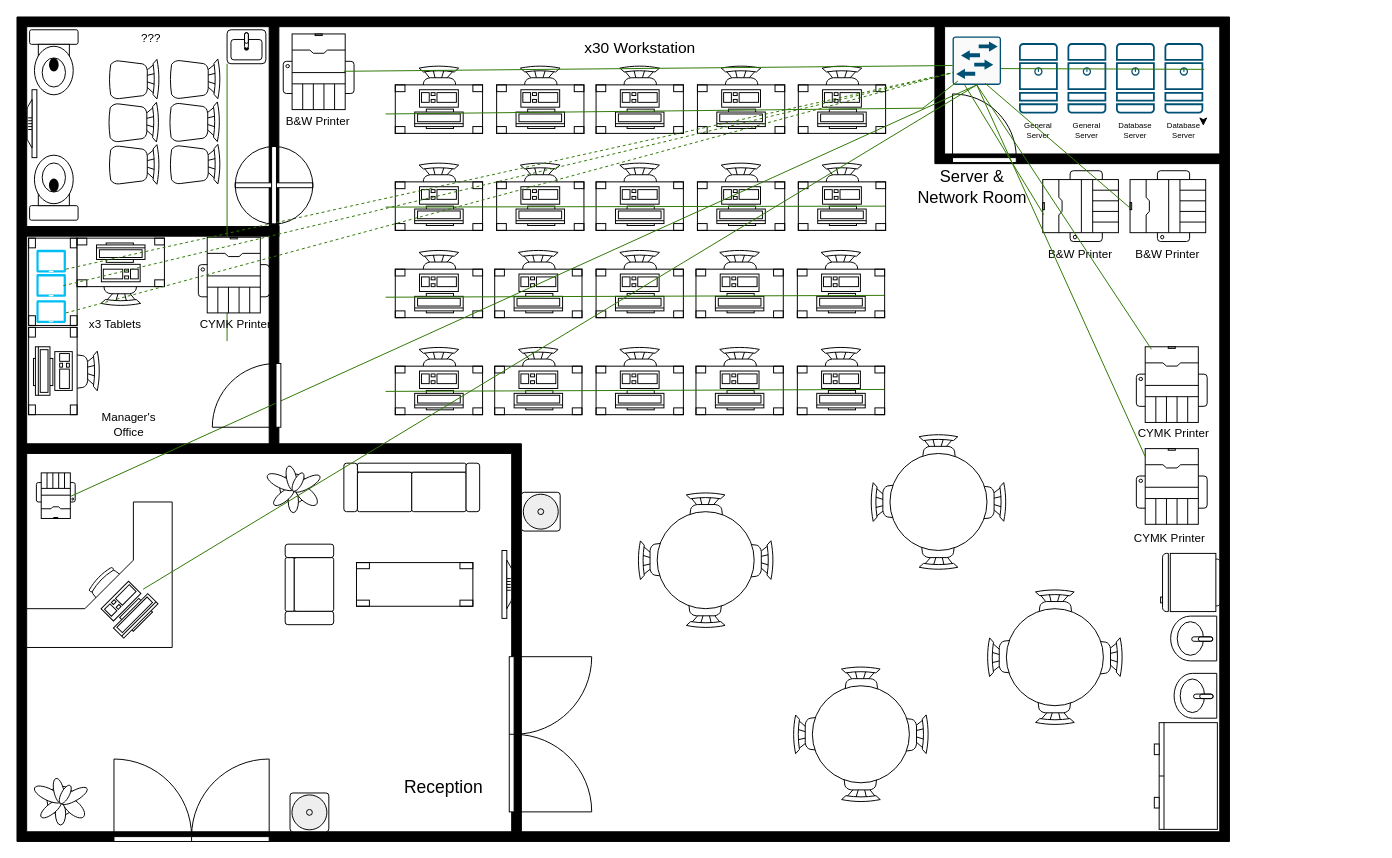
BenLaneUK2004/Draw.io_Diagrams keeps this draw.io diagram as u12_a3_floorplan.drawio. Above is the earlier version. Source tidied: cells renumbered, new cells numbered last; positions are measured from the earlier drawing's top-left corner, leaving out a move shared by most shapes. Both pictures are drawn from the tidied source at 97%, with x=0, y=0 at pixel (-2, -48).
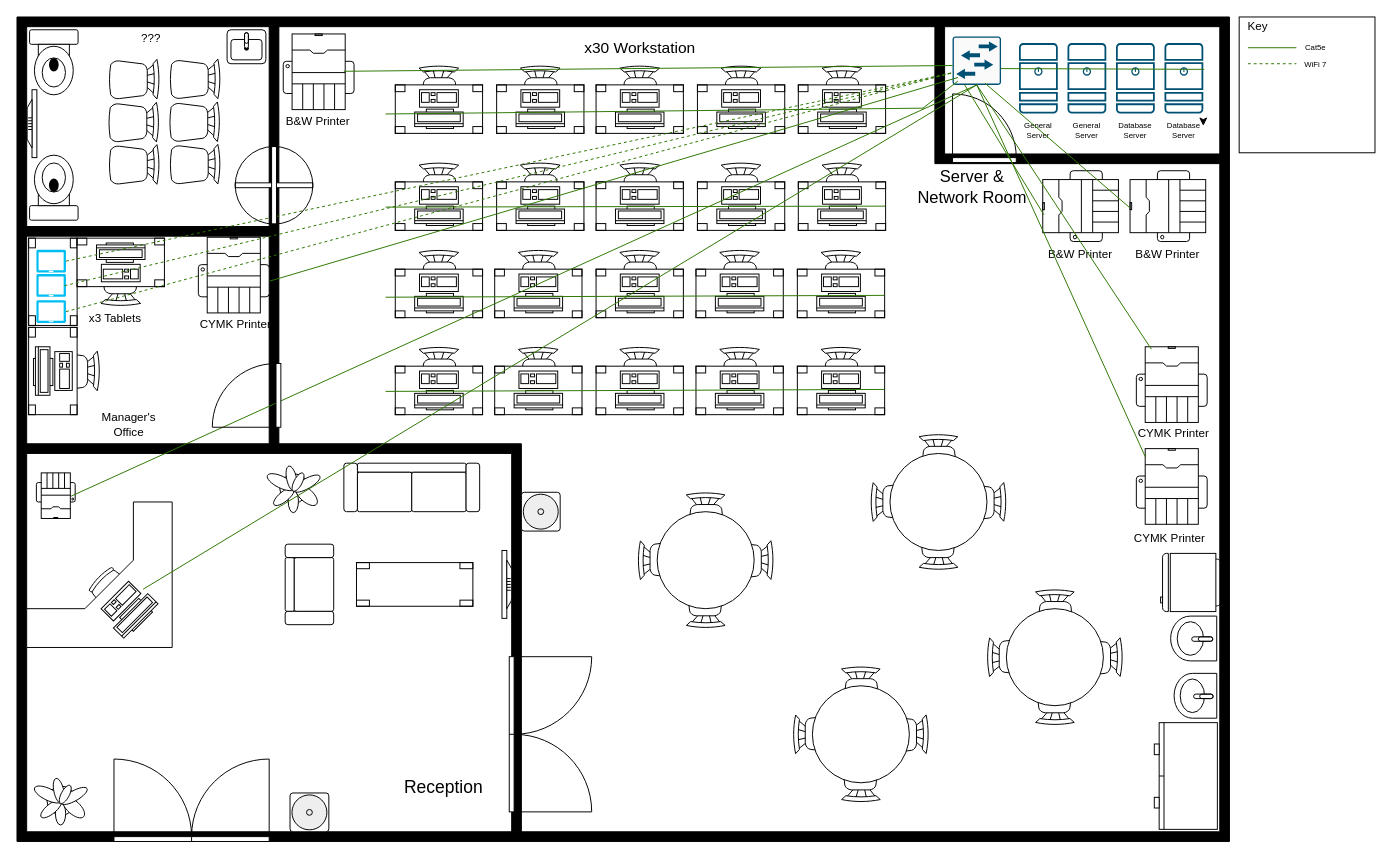
Above is the later version.

Unchanged cells that the change refers to:
```xml
<mxCell id="133" style="sketch=0;points=[[0.015,0.015,0],[0.985,0.015,0],[0.985,0.985,0],[0.015,0.985,0],[0.25,0,0],[0.5,0,0],[0.75,0,0],[1,0.25,0],[1,0.5,0],[1,0.75,0],[0.75,1,0],[0.5,1,0],[0.25,1,0],[0,0.75,0],[0,0.5,0],[0,0.25,0]];verticalLabelPosition=bottom;html=1;verticalAlign=top;align=center;shape=mxgraph.cisco19.rect;prIcon=l2_switch;fillColor=#FAFAFA;strokeColor=#005073;" parent="1" vertex="1">
  <mxGeometry x="983.5" y="86" width="50" height="50" as="geometry" />
</mxCell>
<mxCell id="147" style="verticalLabelPosition=bottom;html=1;verticalAlign=top;align=center;shape=mxgraph.floorplan.printer;rotation=-180;" parent="1" vertex="1">
  <mxGeometry x="206" y="293.1" width="73" height="78" as="geometry" />
</mxCell>
<mxCell id="155" style="verticalLabelPosition=bottom;html=1;verticalAlign=top;align=center;strokeColor=none;fillColor=#00BEF2;shape=mxgraph.azure.tablet;" parent="1" vertex="1">
  <mxGeometry x="39" y="306" width="30.5" height="23.5" as="geometry" />
</mxCell>
<mxCell id="156" style="verticalLabelPosition=bottom;html=1;verticalAlign=top;align=center;strokeColor=none;fillColor=#00BEF2;shape=mxgraph.azure.tablet;" parent="1" vertex="1">
  <mxGeometry x="39" y="358" width="30.5" height="23.5" as="geometry" />
</mxCell>
```

What changed in the source:
```diff
@@
     <mxCell id="117" style="verticalLabelPosition=bottom;html=1;verticalAlign=top;align=center;shape=mxgraph.floorplan.wall;fillColor=strokeColor;" parent="1" vertex="1">
-      <mxGeometry x="29" y="282" width="260" height="10" as="geometry" />
+      <mxGeometry x="28" y="282" width="260" height="10" as="geometry" />
     </mxCell>
@@
-    <mxCell id="134" style="endArrow=none;html=1;rounded=0;fillColor=#60a917;strokeColor=light-dark(#2D7600,#00567C);" parent="1" edge="1">
-      <mxGeometry relative="1" as="geometry">
-        <mxPoint x="235.6" y="114.2" as="sourcePoint" />
-        <mxPoint x="235.6" y="400.2" as="targetPoint" />
-      </mxGeometry>
+    <mxCell id="134" style="endArrow=none;html=1;rounded=0;fillColor=#60a917;strokeColor=light-dark(#2D7600,#00567C);exitX=0.113;exitY=0.847;exitDx=0;exitDy=0;exitPerimeter=0;entryX=0.241;entryY=0.352;entryDx=0;entryDy=0;entryPerimeter=0;" parent="1" edge="1" source="133" target="147">
+      <mxGeometry relative="1" as="geometry" />
     </mxCell>
@@
     <mxCell id="159" value="x3 Tablets" style="text;html=1;align=center;verticalAlign=middle;whiteSpace=wrap;rounded=0;" parent="1" vertex="1">
-      <mxGeometry x="82" y="378.1" width="77" height="10" as="geometry" />
+      <mxGeometry x="82" y="371.5" width="77" height="10" as="geometry" />
     </mxCell>
-    <mxCell id="160" style="endArrow=none;html=1;rounded=0;fillColor=#60a917;strokeColor=light-dark(#2D7600,#00567C);exitX=0.894;exitY=0.511;exitDx=0;exitDy=0;exitPerimeter=0;dashed=1;entryX=0;entryY=0.75;entryDx=0;entryDy=0;entryPerimeter=0;" parent="1" edge="1" target="133">
-      <mxGeometry relative="1" as="geometry">
-        <mxPoint x="69.5" y="326" as="sourcePoint" />
-      </mxGeometry>
+    <mxCell id="160" style="endArrow=none;html=1;rounded=0;fillColor=#60a917;strokeColor=light-dark(#2D7600,#00567C);exitX=1;exitY=0.5;exitDx=0;exitDy=0;exitPerimeter=0;dashed=1;entryX=0;entryY=0.75;entryDx=0;entryDy=0;entryPerimeter=0;" parent="1" edge="1" source="155" target="133">
+      <mxGeometry relative="1" as="geometry" />
     </mxCell>
-    <mxCell id="161" style="endArrow=none;html=1;rounded=0;fillColor=#60a917;strokeColor=light-dark(#2D7600,#00567C);exitX=0.894;exitY=0.511;exitDx=0;exitDy=0;exitPerimeter=0;dashed=1;entryX=0;entryY=0.75;entryDx=0;entryDy=0;entryPerimeter=0;" parent="1" edge="1" target="133">
+    <mxCell id="161" style="endArrow=none;html=1;rounded=0;fillColor=#60a917;strokeColor=light-dark(#2D7600,#00567C);dashed=1;entryX=0;entryY=0.75;entryDx=0;entryDy=0;entryPerimeter=0;" parent="1" edge="1" target="133">
       <mxGeometry relative="1" as="geometry">
-        <mxPoint x="66.8" y="343" as="sourcePoint" />
+        <mxPoint x="68" y="343" as="sourcePoint" />
       </mxGeometry>
     </mxCell>
-    <mxCell id="162" style="endArrow=none;html=1;rounded=0;fillColor=#60a917;strokeColor=light-dark(#2D7600,#00567C);exitX=0.894;exitY=0.511;exitDx=0;exitDy=0;exitPerimeter=0;dashed=1;entryX=0;entryY=0.75;entryDx=0;entryDy=0;entryPerimeter=0;" parent="1" edge="1" target="133">
-      <mxGeometry relative="1" as="geometry">
-        <mxPoint x="69.5" y="371.1" as="sourcePoint" />
-      </mxGeometry>
+    <mxCell id="162" style="endArrow=none;html=1;rounded=0;fillColor=#60a917;strokeColor=light-dark(#2D7600,#00567C);exitX=1;exitY=0.5;exitDx=0;exitDy=0;exitPerimeter=0;dashed=1;entryX=0;entryY=0.75;entryDx=0;entryDy=0;entryPerimeter=0;" parent="1" edge="1" source="156" target="133">
+      <mxGeometry relative="1" as="geometry" />
     </mxCell>
@@
+    <mxCell id="176" style="whiteSpace=wrap;html=1;" parent="1" vertex="1">
+      <mxGeometry x="1279" y="66" width="140" height="140" as="geometry" />
+    </mxCell>
+    <mxCell id="177" value="Key" style="text;html=1;align=center;verticalAlign=middle;whiteSpace=wrap;rounded=0;" parent="1" vertex="1">
+      <mxGeometry x="1279" y="66" width="39" height="20" as="geometry" />
+    </mxCell>
+    <mxCell id="178" style="endArrow=none;html=1;rounded=0;fillColor=#60a917;strokeColor=light-dark(#2D7600,#00567C);entryX=1.186;entryY=1.029;entryDx=0;entryDy=0;entryPerimeter=0;" parent="1" edge="1">
+      <mxGeometry relative="1" as="geometry">
+        <mxPoint x="1338" y="97.7" as="sourcePoint" />
+        <mxPoint x="1288" y="97.7" as="targetPoint" />
+      </mxGeometry>
+    </mxCell>
+    <mxCell id="179" style="endArrow=none;html=1;rounded=0;fillColor=#60a917;strokeColor=light-dark(#2D7600,#00567C);dashed=1;" parent="1" edge="1">
+      <mxGeometry relative="1" as="geometry">
+        <mxPoint x="1288" y="114.2" as="sourcePoint" />
+        <mxPoint x="1338" y="114.2" as="targetPoint" />
+      </mxGeometry>
+    </mxCell>
+    <mxCell id="180" value="Cat5e" style="text;html=1;align=center;verticalAlign=middle;whiteSpace=wrap;rounded=0;fontSize=8;" parent="1" vertex="1">
+      <mxGeometry x="1348" y="89.4" width="20" height="16.9" as="geometry" />
+    </mxCell>
+    <mxCell id="181" value="WiFi 7" style="text;html=1;align=center;verticalAlign=middle;whiteSpace=wrap;rounded=0;fontSize=8;" parent="1" vertex="1">
+      <mxGeometry x="1343" y="106.3" width="30" height="16.9" as="geometry" />
+    </mxCell>
```
